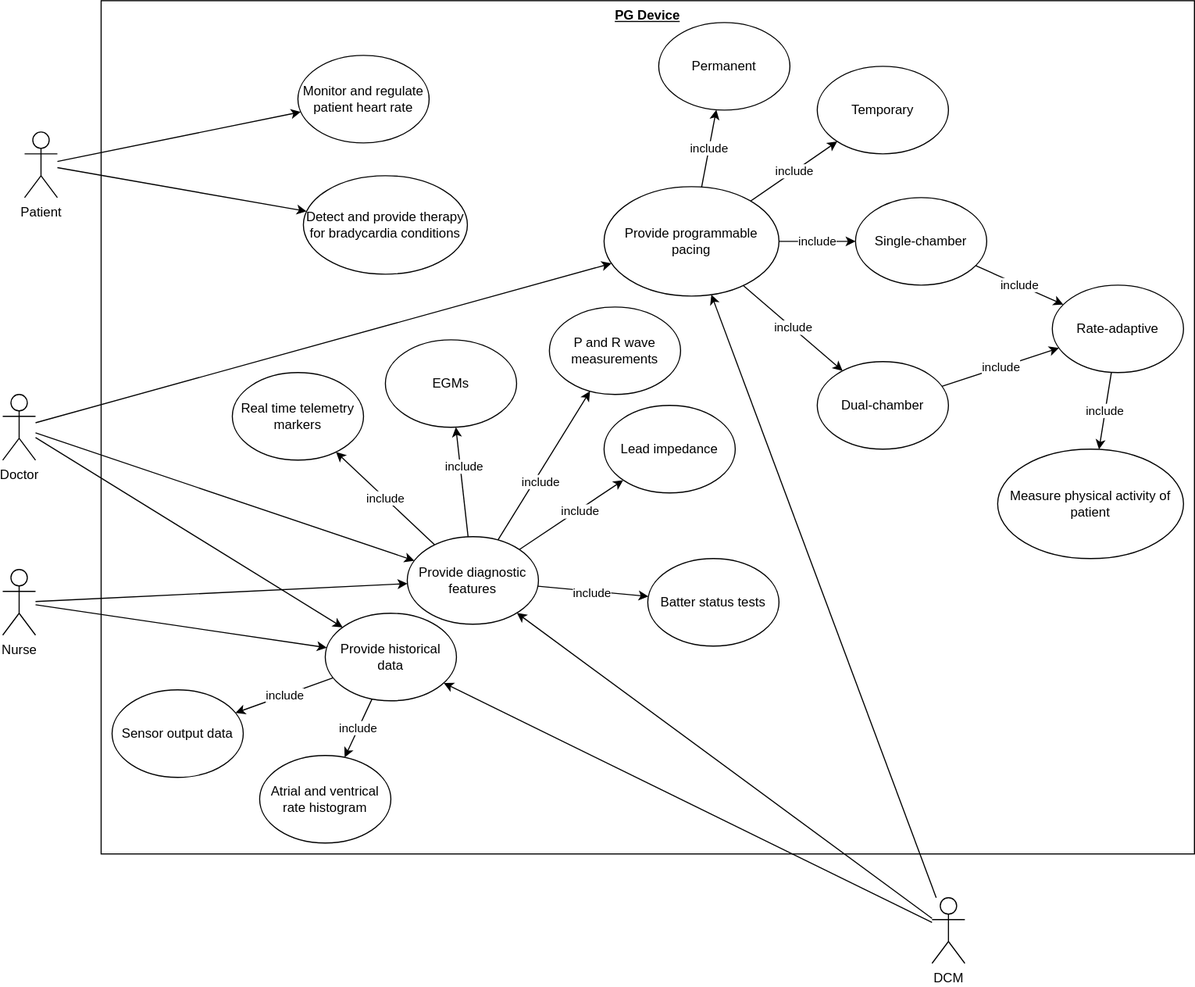
Before: Figures/pg_device_UCD.svg, a diagram exported from draw.io (t-chiang/PhD_Thesis). Source tidied: cells renumbered, new cells last; positions are measured from the earlier drawing's top-left corner, leaving out a move shared by most shapes.
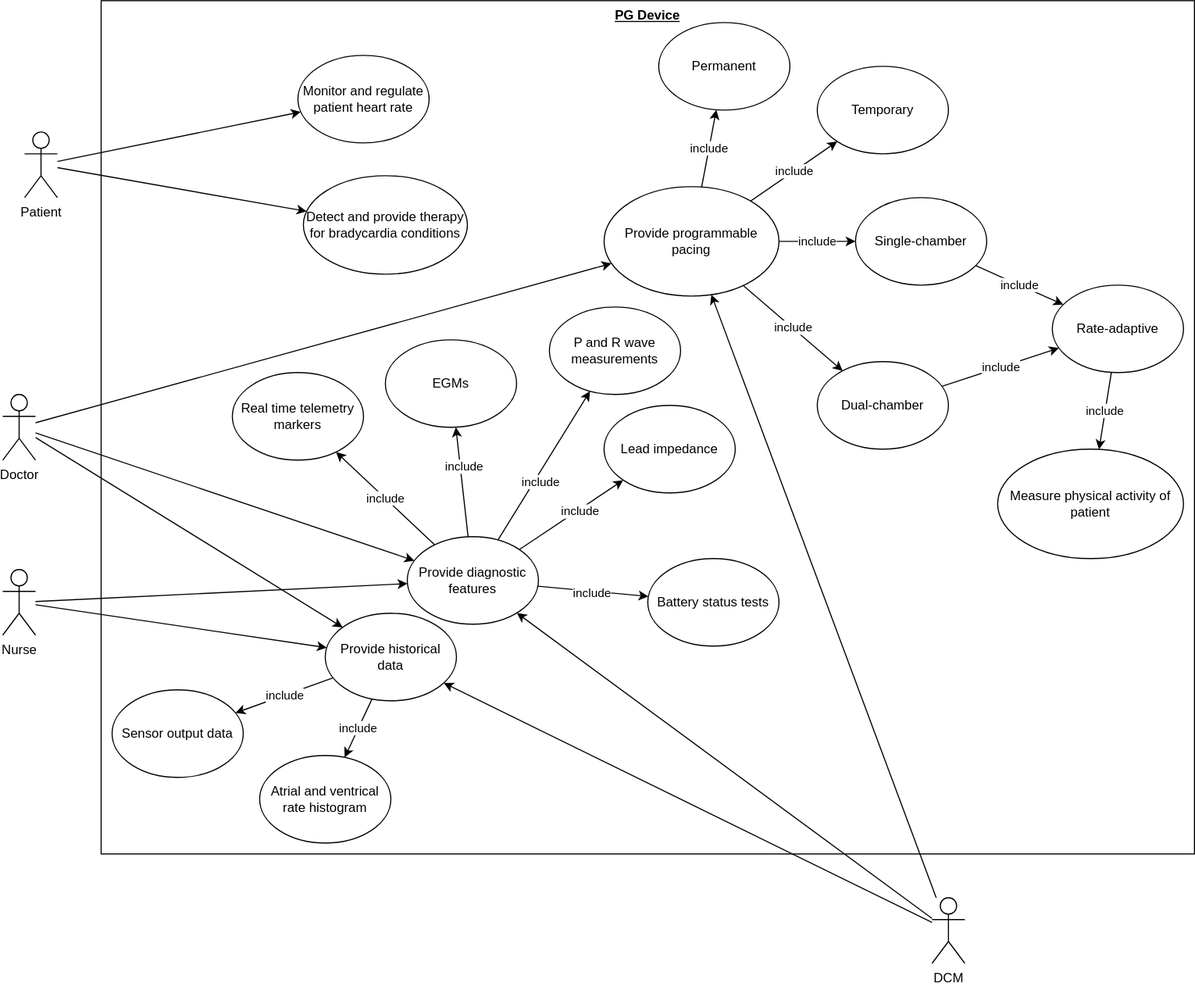
The same diagram one commit later.

The edit, as a diff of the source:
```diff
@@ -143,7 +143,7 @@
     <mxCell id="48" value="Lead impedance" style="ellipse;whiteSpace=wrap;html=1;" parent="1" vertex="1">
       <mxGeometry x="550" y="370" width="120" height="80" as="geometry" />
     </mxCell>
-    <mxCell id="49" value="Batter status tests" style="ellipse;whiteSpace=wrap;html=1;" parent="1" vertex="1">
+    <mxCell id="49" value="Battery status tests" style="ellipse;whiteSpace=wrap;html=1;" parent="1" vertex="1">
       <mxGeometry x="590" y="510" width="120" height="80" as="geometry" />
     </mxCell>
     <mxCell id="50" style="edgeStyle=none;rounded=0;jettySize=auto;html=1;" parent="1" edge="1" source="52" target="31">
```
